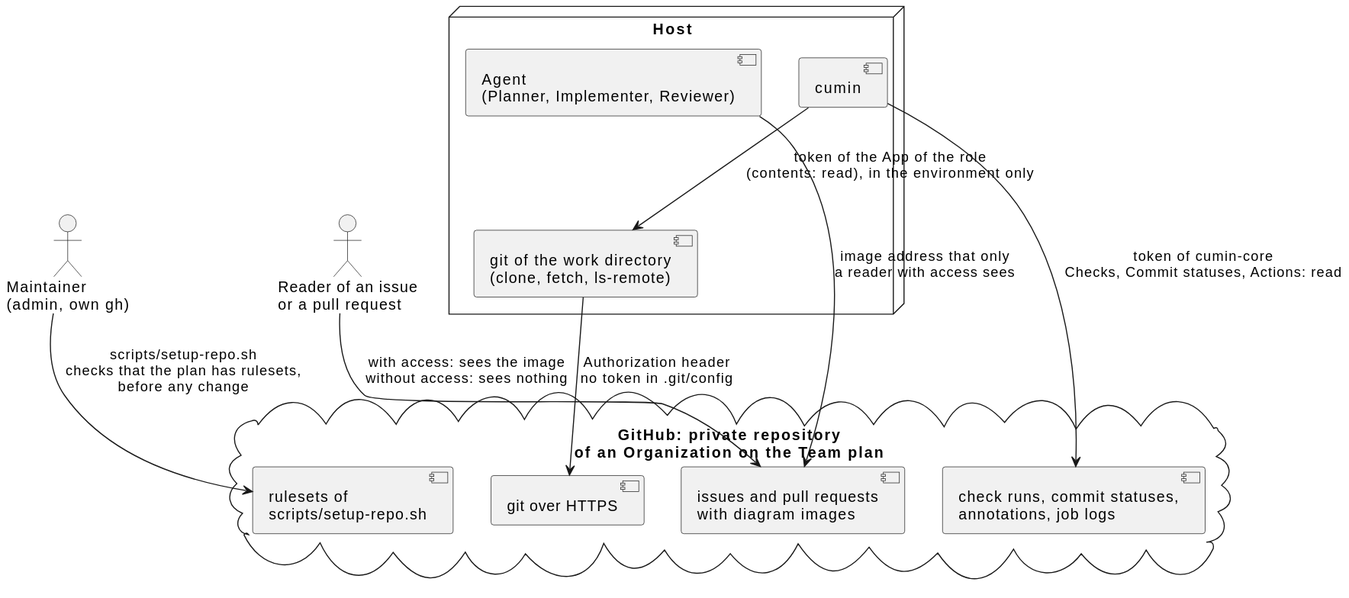
This is docs/ja/designs/private-repository.svg from cloveclovedev/cumin-works, a PlantUML export, as it was before one commit. Its diagram source:
```plantuml
@startuml
skinparam shadowing false
skinparam defaultFontName sans-serif

actor "Maintainer\n(admin, own gh)" as admin
actor "Reader of an issue\nor a pull request" as reader

node "Host" as host {
  component "cumin" as cumin
  component "git of the work directory\n(clone, fetch, ls-remote)" as git
  component "Agent\n(Planner, Implementer, Reviewer)" as agent
}

cloud "GitHub: private repository\nof an Organization on the Team plan" as github {
  component "rulesets of\nscripts/setup-repo.sh" as rulesets
  component "git over HTTPS" as https
  component "check runs, commit statuses,\nannotations, job logs" as checks
  component "issues and pull requests\nwith diagram images" as text
}

admin --> rulesets : scripts/setup-repo.sh\nchecks that the plan has rulesets,\nbefore any change
cumin --> git : token of the App of the role\n(contents: read), in the environment only
git --> https : Authorization header\nno token in .git/config
cumin --> checks : token of cumin-core\nChecks, Commit statuses, Actions: read
agent --> text : image address that only\na reader with access sees
reader --> text : with access: sees the image\nwithout access: sees nothing
@enduml
```
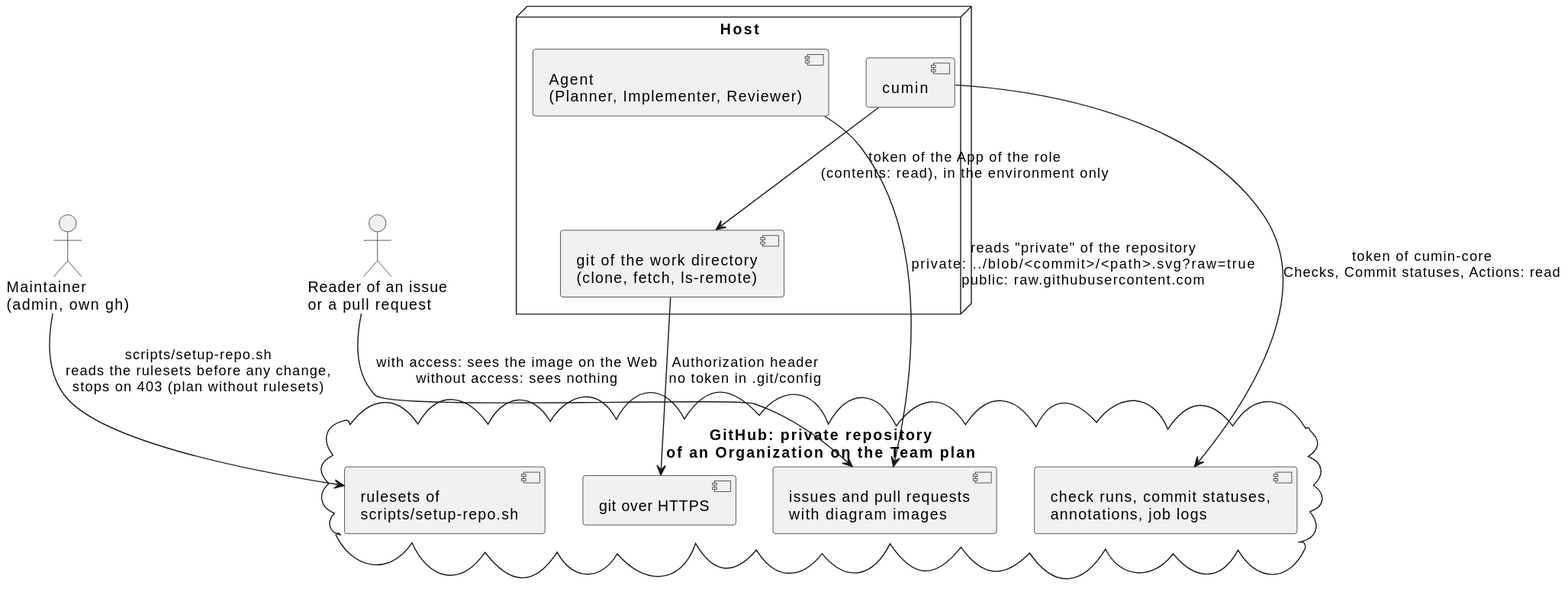
Later version of the same file.

Commit message:
docs(designs): decide the image address and the check of the rulesets

Change to the diagram source:
```diff
@@ -18,10 +18,10 @@
   component "issues and pull requests\nwith diagram images" as text
 }
 
-admin --> rulesets : scripts/setup-repo.sh\nchecks that the plan has rulesets,\nbefore any change
+admin --> rulesets : scripts/setup-repo.sh\nreads the rulesets before any change,\nstops on 403 (plan without rulesets)
 cumin --> git : token of the App of the role\n(contents: read), in the environment only
 git --> https : Authorization header\nno token in .git/config
 cumin --> checks : token of cumin-core\nChecks, Commit statuses, Actions: read
-agent --> text : image address that only\na reader with access sees
-reader --> text : with access: sees the image\nwithout access: sees nothing
+agent --> text : reads "private" of the repository\nprivate: ../blob/<commit>/<path>.svg?raw=true\npublic: raw.githubusercontent.com
+reader --> text : with access: sees the image on the Web\nwithout access: sees nothing
 @enduml
```
